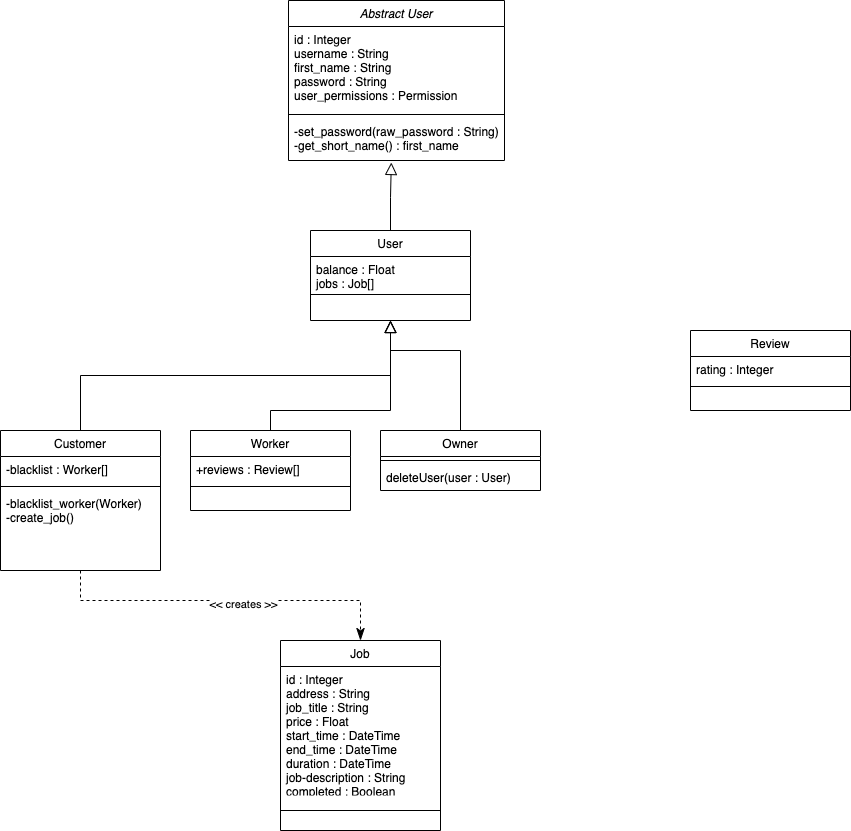
Earlier version of the draw.io export docs/uml/uml-class-diagram.png (504knight/7-little-ducklings). Source tidied: cells renumbered, new cells last; positions are measured from the earlier drawing's top-left corner, leaving out a move shared by most shapes. Its diagram source:
```xml
<mxGraphModel>
  <root>
    <mxCell id="0" />
    <mxCell id="1" parent="0" />
    <mxCell id="2" value="User" style="swimlane;fontStyle=0;align=center;verticalAlign=top;horizontal=1;startSize=26;rounded=0;shadow=0;strokeWidth=1;" parent="1" vertex="1">
      <mxGeometry x="310" y="230" width="160" height="90" as="geometry" />
    </mxCell>
    <mxCell id="3" value="balance : Float&#10;jobs : Job[]" style="text;align=left;verticalAlign=top;spacingLeft=4;spacingRight=4;overflow=hidden;" parent="2" vertex="1">
      <mxGeometry y="26" width="160" height="34" as="geometry" />
    </mxCell>
    <mxCell id="4" style="line;html=1;strokeWidth=1;align=left;verticalAlign=middle;spacingTop=-1;spacingLeft=3;spacingRight=3;labelPosition=right;" parent="2" vertex="1">
      <mxGeometry y="60" width="160" height="8" as="geometry" />
    </mxCell>
    <mxCell id="5" value="Customer" style="swimlane;fontStyle=0;align=center;verticalAlign=top;horizontal=1;startSize=26;rounded=0;shadow=0;strokeWidth=1;" parent="1" vertex="1">
      <mxGeometry y="430" width="160" height="140" as="geometry" />
    </mxCell>
    <mxCell id="6" value="-blacklist : Worker[]" style="text;align=left;verticalAlign=top;spacingLeft=4;spacingRight=4;overflow=hidden;" parent="5" vertex="1">
      <mxGeometry y="26" width="160" height="26" as="geometry" />
    </mxCell>
    <mxCell id="7" style="line;html=1;strokeWidth=1;align=left;verticalAlign=middle;spacingTop=-1;spacingLeft=3;spacingRight=3;labelPosition=right;" parent="5" vertex="1">
      <mxGeometry y="52" width="160" height="8" as="geometry" />
    </mxCell>
    <mxCell id="8" value="-blacklist_worker(Worker)&#10;-create_job()" style="text;align=left;verticalAlign=top;spacingLeft=4;spacingRight=4;overflow=hidden;fontStyle=0;" parent="5" vertex="1">
      <mxGeometry y="60" width="160" height="80" as="geometry" />
    </mxCell>
    <mxCell id="9" style="endArrow=block;endSize=10;endFill=0;shadow=0;strokeWidth=1;rounded=0;edgeStyle=elbowEdgeStyle;elbow=vertical;" parent="1" edge="1" source="5" target="2">
      <mxGeometry relative="1" as="geometry" />
    </mxCell>
    <mxCell id="10" style="endArrow=block;endSize=10;endFill=0;shadow=0;strokeWidth=1;rounded=0;edgeStyle=elbowEdgeStyle;elbow=vertical;exitX=0.5;exitY=0;exitDx=0;exitDy=0;" parent="1" edge="1" source="20" target="2">
      <mxGeometry relative="1" as="geometry">
        <Array as="points">
          <mxPoint x="390" y="410" />
        </Array>
      </mxGeometry>
    </mxCell>
    <mxCell id="11" value="Review" style="swimlane;fontStyle=0;align=center;verticalAlign=top;horizontal=1;startSize=26;rounded=0;shadow=0;strokeWidth=1;" parent="1" vertex="1">
      <mxGeometry x="690" y="330" width="160" height="80" as="geometry" />
    </mxCell>
    <mxCell id="12" value="rating : Integer" style="text;align=left;verticalAlign=top;spacingLeft=4;spacingRight=4;overflow=hidden;" parent="11" vertex="1">
      <mxGeometry y="26" width="160" height="26" as="geometry" />
    </mxCell>
    <mxCell id="13" style="line;html=1;strokeWidth=1;align=left;verticalAlign=middle;spacingTop=-1;spacingLeft=3;spacingRight=3;labelPosition=right;" parent="11" vertex="1">
      <mxGeometry y="52" width="160" height="8" as="geometry" />
    </mxCell>
    <mxCell id="14" value="Abstract User" style="swimlane;fontStyle=2;align=center;verticalAlign=top;horizontal=1;startSize=26;rounded=0;shadow=0;strokeWidth=1;" parent="1" vertex="1">
      <mxGeometry x="288" width="216" height="160" as="geometry" />
    </mxCell>
    <mxCell id="15" value="id : Integer&#10;username : String&#10;first_name : String&#10;password : String&#10;user_permissions : Permission&#10;" style="text;align=left;verticalAlign=top;spacingLeft=4;spacingRight=4;overflow=hidden;" parent="14" vertex="1">
      <mxGeometry y="26" width="216" height="84" as="geometry" />
    </mxCell>
    <mxCell id="16" style="line;html=1;strokeWidth=1;align=left;verticalAlign=middle;spacingTop=-1;spacingLeft=3;spacingRight=3;labelPosition=right;" parent="14" vertex="1">
      <mxGeometry y="110" width="216" height="8" as="geometry" />
    </mxCell>
    <mxCell id="17" value="-set_password(raw_password : String)&#10;-get_short_name() : first_name" style="text;align=left;verticalAlign=top;spacingLeft=4;spacingRight=4;overflow=hidden;points=[[0,0.5],[1,0.5]];portConstraint=eastwest;" parent="14" vertex="1">
      <mxGeometry y="118" width="216" height="42" as="geometry" />
    </mxCell>
    <mxCell id="18" style="endArrow=block;endSize=10;endFill=0;shadow=0;strokeWidth=1;rounded=0;edgeStyle=elbowEdgeStyle;elbow=vertical;entryX=0.476;entryY=1.048;entryDx=0;entryDy=0;entryPerimeter=0;exitX=0.5;exitY=0;exitDx=0;exitDy=0;" parent="1" edge="1" source="2" target="17">
      <mxGeometry relative="1" as="geometry" />
    </mxCell>
    <mxCell id="19" style="endArrow=block;endSize=10;endFill=0;shadow=0;strokeWidth=1;rounded=0;edgeStyle=elbowEdgeStyle;elbow=vertical;exitX=0.5;exitY=0;exitDx=0;exitDy=0;" parent="1" edge="1" source="23">
      <mxGeometry relative="1" as="geometry">
        <mxPoint x="390" y="320" as="targetPoint" />
        <Array as="points">
          <mxPoint x="500" y="350" />
        </Array>
      </mxGeometry>
    </mxCell>
    <mxCell id="20" value="Worker" style="swimlane;fontStyle=0;align=center;verticalAlign=top;horizontal=1;startSize=26;rounded=0;shadow=0;strokeWidth=1;" parent="1" vertex="1">
      <mxGeometry x="190" y="430" width="160" height="80" as="geometry" />
    </mxCell>
    <mxCell id="21" value="+reviews : Review[]" style="text;align=left;verticalAlign=top;spacingLeft=4;spacingRight=4;overflow=hidden;" parent="20" vertex="1">
      <mxGeometry y="26" width="160" height="26" as="geometry" />
    </mxCell>
    <mxCell id="22" style="line;html=1;strokeWidth=1;align=left;verticalAlign=middle;spacingTop=-1;spacingLeft=3;spacingRight=3;labelPosition=right;" parent="20" vertex="1">
      <mxGeometry y="52" width="160" height="8" as="geometry" />
    </mxCell>
    <mxCell id="23" value="Owner" style="swimlane;fontStyle=0;align=center;verticalAlign=top;horizontal=1;startSize=26;rounded=0;shadow=0;strokeWidth=1;" parent="1" vertex="1">
      <mxGeometry x="380" y="430" width="160" height="60" as="geometry" />
    </mxCell>
    <mxCell id="24" style="line;html=1;strokeWidth=1;align=left;verticalAlign=middle;spacingTop=-1;spacingLeft=3;spacingRight=3;labelPosition=right;" parent="23" vertex="1">
      <mxGeometry y="26" width="160" height="8" as="geometry" />
    </mxCell>
    <mxCell id="25" value="deleteUser(user : User)" style="text;align=left;verticalAlign=top;spacingLeft=4;spacingRight=4;overflow=hidden;" parent="23" vertex="1">
      <mxGeometry y="34" width="160" height="26" as="geometry" />
    </mxCell>
    <mxCell id="26" value="Job" style="swimlane;fontStyle=0;align=center;verticalAlign=top;horizontal=1;startSize=26;rounded=0;shadow=0;strokeWidth=1;" parent="1" vertex="1">
      <mxGeometry x="280" y="640" width="160" height="190" as="geometry" />
    </mxCell>
    <mxCell id="27" value="id : Integer&#10;address : String&#10;job_title : String&#10;price : Float&#10;start_time : DateTime&#10;end_time : DateTime&#10;duration : DateTime&#10;job-description : String&#10;completed : Boolean" style="text;align=left;verticalAlign=top;spacingLeft=4;spacingRight=4;overflow=hidden;" parent="26" vertex="1">
      <mxGeometry y="26" width="160" height="124" as="geometry" />
    </mxCell>
    <mxCell id="28" style="line;html=1;strokeWidth=1;align=left;verticalAlign=middle;spacingTop=-1;spacingLeft=3;spacingRight=3;labelPosition=right;" parent="26" vertex="1">
      <mxGeometry y="150" width="160" height="40" as="geometry" />
    </mxCell>
    <mxCell id="29" style="endArrow=classicThin;endSize=10;endFill=1;shadow=0;strokeWidth=1;rounded=0;edgeStyle=elbowEdgeStyle;elbow=vertical;entryX=0.5;entryY=0;entryDx=0;entryDy=0;dashed=1;" parent="1" edge="1" source="5" target="26">
      <mxGeometry relative="1" as="geometry">
        <Array as="points">
          <mxPoint x="230" y="600" />
        </Array>
      </mxGeometry>
    </mxCell>
    <mxCell id="30" value="&amp;lt;&amp;lt; creates &amp;gt;&amp;gt;" style="edgeLabel;html=1;align=center;verticalAlign=middle;" parent="29" vertex="1">
      <mxGeometry x="0.09" y="-3" relative="1" as="geometry" />
    </mxCell>
  </root>
</mxGraphModel>
```
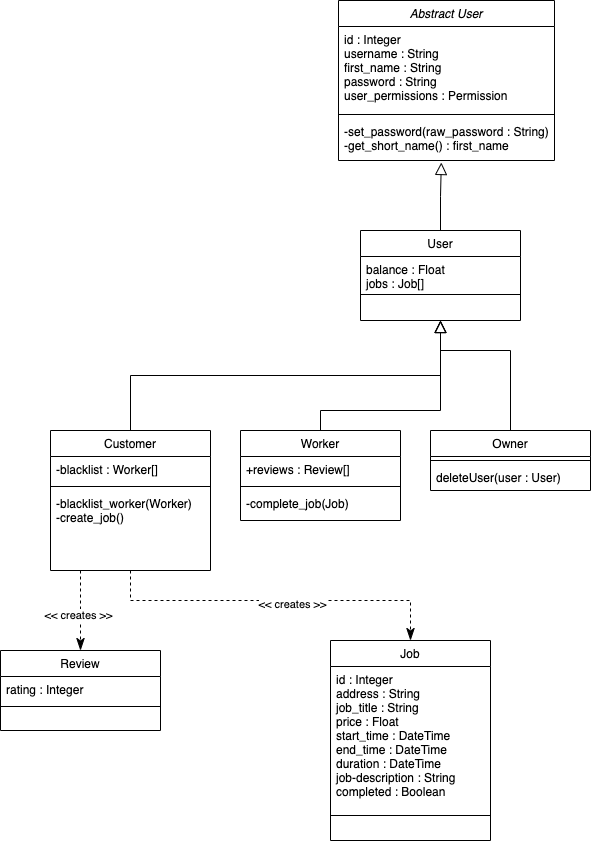
Above is the later version.

Commit message:
changed diagram to show customer creating reviews and worker completing jobs

Change to the diagram source:
```diff
@@ -34,7 +34,7 @@
       </mxGeometry>
     </mxCell>
     <mxCell id="11" value="Review" style="swimlane;fontStyle=0;align=center;verticalAlign=top;horizontal=1;startSize=26;rounded=0;shadow=0;strokeWidth=1;" parent="1" vertex="1">
-      <mxGeometry x="690" y="330" width="160" height="80" as="geometry" />
+      <mxGeometry x="-50" y="650" width="160" height="80" as="geometry" />
     </mxCell>
     <mxCell id="12" value="rating : Integer" style="text;align=left;verticalAlign=top;spacingLeft=4;spacingRight=4;overflow=hidden;" parent="11" vertex="1">
       <mxGeometry y="26" width="160" height="26" as="geometry" />
@@ -66,7 +66,7 @@
       </mxGeometry>
     </mxCell>
     <mxCell id="20" value="Worker" style="swimlane;fontStyle=0;align=center;verticalAlign=top;horizontal=1;startSize=26;rounded=0;shadow=0;strokeWidth=1;" parent="1" vertex="1">
-      <mxGeometry x="190" y="430" width="160" height="80" as="geometry" />
+      <mxGeometry x="190" y="430" width="160" height="90" as="geometry" />
     </mxCell>
     <mxCell id="21" value="+reviews : Review[]" style="text;align=left;verticalAlign=top;spacingLeft=4;spacingRight=4;overflow=hidden;" parent="20" vertex="1">
       <mxGeometry y="26" width="160" height="26" as="geometry" />
@@ -74,6 +74,9 @@
     <mxCell id="22" style="line;html=1;strokeWidth=1;align=left;verticalAlign=middle;spacingTop=-1;spacingLeft=3;spacingRight=3;labelPosition=right;" parent="20" vertex="1">
       <mxGeometry y="52" width="160" height="8" as="geometry" />
     </mxCell>
+    <mxCell id="31" value="-complete_job(Job)" style="text;align=left;verticalAlign=top;spacingLeft=4;spacingRight=4;overflow=hidden;fontStyle=0;" parent="20" vertex="1">
+      <mxGeometry y="60" width="160" height="30" as="geometry" />
+    </mxCell>
     <mxCell id="23" value="Owner" style="swimlane;fontStyle=0;align=center;verticalAlign=top;horizontal=1;startSize=26;rounded=0;shadow=0;strokeWidth=1;" parent="1" vertex="1">
       <mxGeometry x="380" y="430" width="160" height="60" as="geometry" />
     </mxCell>
@@ -84,13 +87,13 @@
       <mxGeometry y="34" width="160" height="26" as="geometry" />
     </mxCell>
     <mxCell id="26" value="Job" style="swimlane;fontStyle=0;align=center;verticalAlign=top;horizontal=1;startSize=26;rounded=0;shadow=0;strokeWidth=1;" parent="1" vertex="1">
-      <mxGeometry x="280" y="640" width="160" height="190" as="geometry" />
+      <mxGeometry x="280" y="640" width="160" height="200" as="geometry" />
     </mxCell>
     <mxCell id="27" value="id : Integer&#10;address : String&#10;job_title : String&#10;price : Float&#10;start_time : DateTime&#10;end_time : DateTime&#10;duration : DateTime&#10;job-description : String&#10;completed : Boolean" style="text;align=left;verticalAlign=top;spacingLeft=4;spacingRight=4;overflow=hidden;" parent="26" vertex="1">
-      <mxGeometry y="26" width="160" height="124" as="geometry" />
+      <mxGeometry y="26" width="160" height="134" as="geometry" />
     </mxCell>
     <mxCell id="28" style="line;html=1;strokeWidth=1;align=left;verticalAlign=middle;spacingTop=-1;spacingLeft=3;spacingRight=3;labelPosition=right;" parent="26" vertex="1">
-      <mxGeometry y="150" width="160" height="40" as="geometry" />
+      <mxGeometry y="160" width="160" height="30" as="geometry" />
     </mxCell>
     <mxCell id="29" style="endArrow=classicThin;endSize=10;endFill=1;shadow=0;strokeWidth=1;rounded=0;edgeStyle=elbowEdgeStyle;elbow=vertical;entryX=0.5;entryY=0;entryDx=0;entryDy=0;dashed=1;" parent="1" edge="1" source="5" target="26">
       <mxGeometry relative="1" as="geometry">
@@ -102,5 +105,15 @@
     <mxCell id="30" value="&amp;lt;&amp;lt; creates &amp;gt;&amp;gt;" style="edgeLabel;html=1;align=center;verticalAlign=middle;" parent="29" vertex="1">
       <mxGeometry x="0.09" y="-3" relative="1" as="geometry" />
     </mxCell>
+    <mxCell id="32" style="endArrow=classicThin;endSize=10;endFill=1;shadow=0;strokeWidth=1;rounded=0;edgeStyle=elbowEdgeStyle;elbow=vertical;entryX=0.5;entryY=0;entryDx=0;entryDy=0;dashed=1;" parent="1" edge="1" source="5" target="11">
+      <mxGeometry relative="1" as="geometry">
+        <Array as="points">
+          <mxPoint x="30" y="600" />
+        </Array>
+      </mxGeometry>
+    </mxCell>
+    <mxCell id="33" value="&amp;lt;&amp;lt; creates &amp;gt;&amp;gt;" style="edgeLabel;html=1;align=center;verticalAlign=middle;" parent="32" vertex="1">
+      <mxGeometry x="0.09" y="-3" relative="1" as="geometry" />
+    </mxCell>
   </root>
 </mxGraphModel>
```
